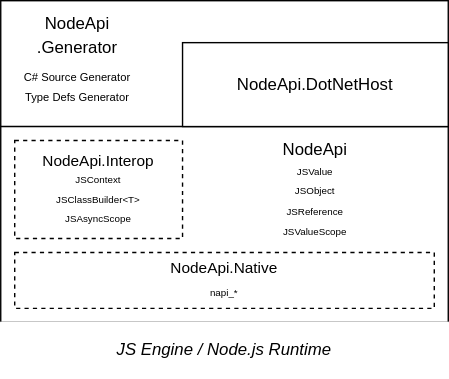
microsoft/node-api-dotnet keeps this draw.io diagram as Docs/NodeApi-Layers.drawio.svg. Above is the earlier version. Source tidied: cells renumbered, new cells last; positions are measured from the earlier drawing's top-left corner, leaving out a move shared by most shapes.
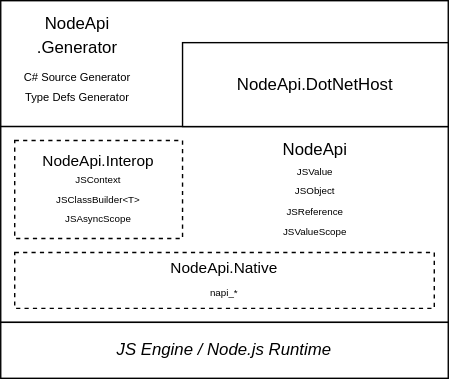
The same file after the commit.

Change to the diagram source:
```diff
@@ -8,7 +8,7 @@
     <mxCell id="3" style="rounded=0;whiteSpace=wrap;html=1;" parent="1" vertex="1">
       <mxGeometry y="90" width="320" height="140" as="geometry" />
     </mxCell>
-    <mxCell id="4" value="&lt;i&gt;JS Engine / Node.js Runtime&lt;/i&gt;" style="rounded=0;whiteSpace=wrap;html=1;fillColor=default;strokeColor=#FFFFFF;" parent="1" vertex="1">
+    <mxCell id="4" value="&lt;i&gt;JS Engine / Node.js Runtime&lt;/i&gt;" style="rounded=0;whiteSpace=wrap;html=1;fillColor=default;strokeColor=default;" parent="1" vertex="1">
       <mxGeometry y="230" width="320" height="40" as="geometry" />
     </mxCell>
     <mxCell id="5" value="NodeApi.DotNetHost" style="rounded=0;whiteSpace=wrap;html=1;fontStyle=0;" parent="1" vertex="1">
```
